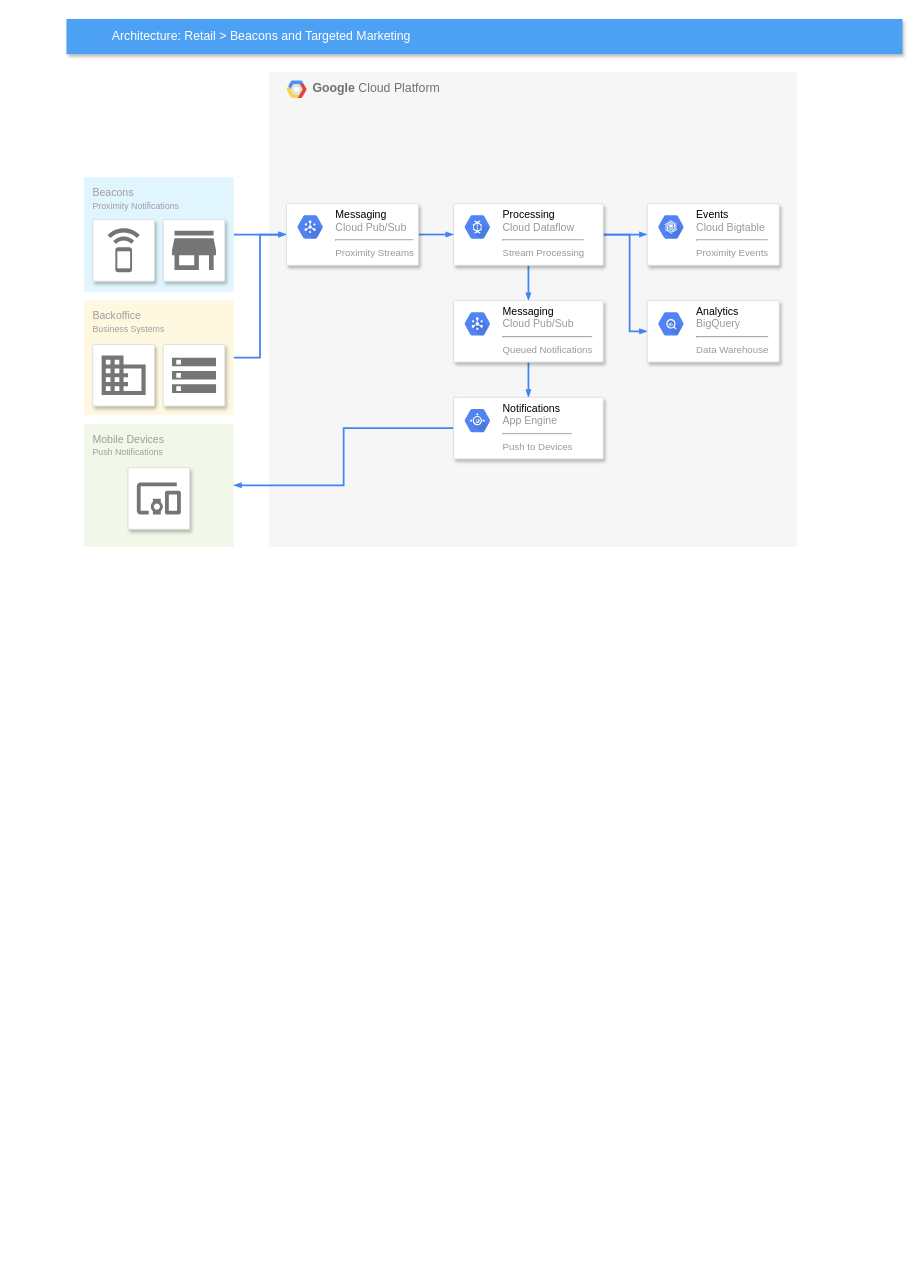
This is security_1.drawio from snowolfhawk/ceph-scripts, a draw.io file, before an edit. Source tidied: cells renumbered, new cells numbered last; positions are measured from the earlier drawing's top-left corner, leaving out a move shared by most shapes. Both pictures are drawn from the tidied source at 88%, with x=0, y=0 at pixel (66, 18). Pictures stored in the file or linked from it are replaced by grey dashed boxes.
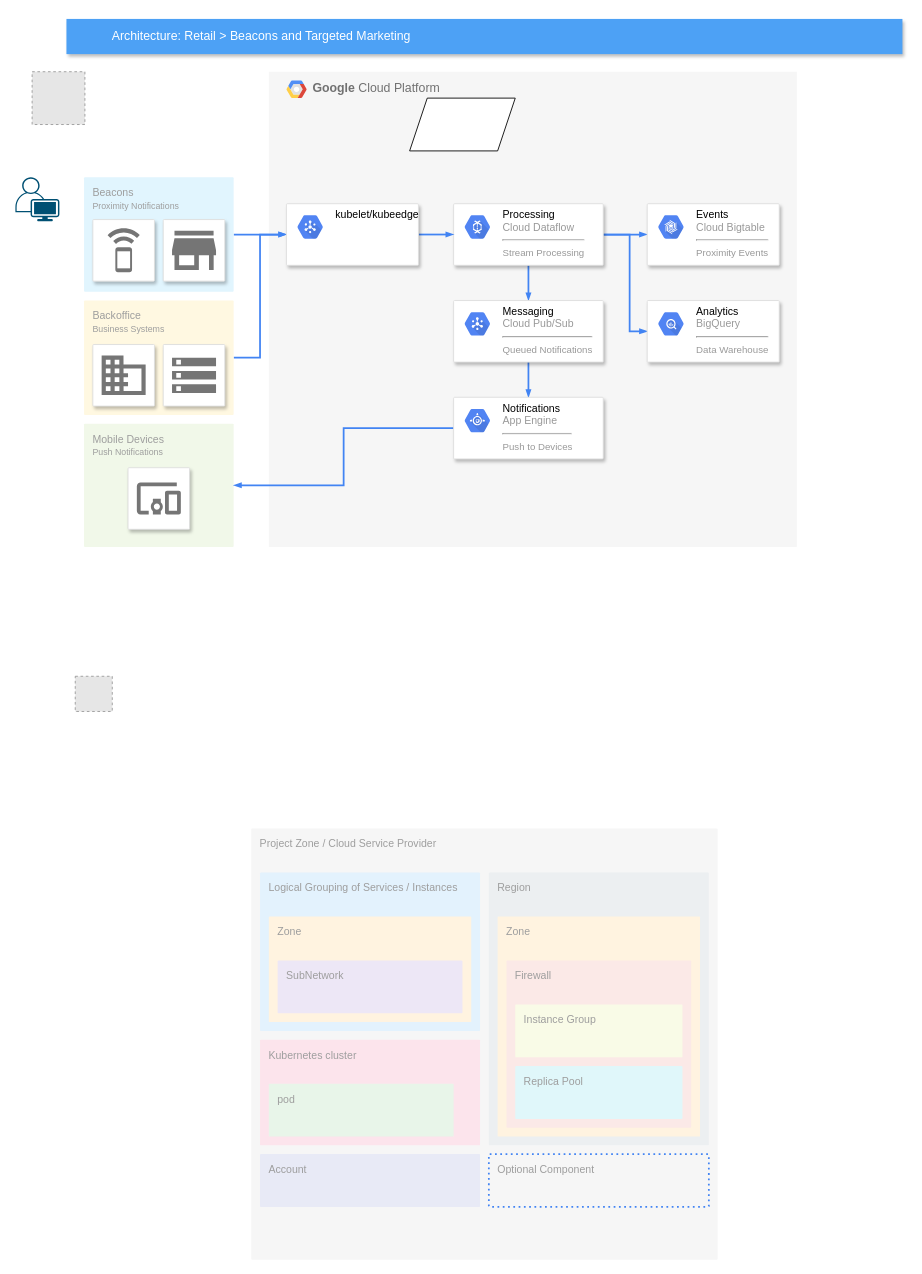
After the change.

The change refers to these unchanged cells:
```xml
<mxCell id="2" value="&lt;b&gt;Google &lt;/b&gt;Cloud Platform" style="fillColor=#F6F6F6;strokeColor=none;shadow=0;gradientColor=none;fontSize=14;align=left;spacing=10;fontColor=#717171;9E9E9E;verticalAlign=top;spacingTop=-4;fontStyle=0;spacingLeft=40;html=1;" parent="1" vertex="1">
  <mxGeometry x="230" y="60" width="600" height="540" as="geometry" />
</mxCell>
<mxCell id="26" style="strokeColor=#dddddd;fillColor=#ffffff;shadow=1;strokeWidth=1;rounded=1;absoluteArcSize=1;arcSize=2;fontSize=10;fontColor=#9E9E9E;align=center;html=1;" parent="1" vertex="1">
  <mxGeometry x="250" y="210" width="150" height="70" as="geometry" />
</mxCell>
```

Change to the diagram source:
```diff
@@
+    <mxCell id="38" style="shape=parallelogram;perimeter=parallelogramPerimeter;whiteSpace=wrap;html=1;fixedSize=1;" parent="2" vertex="1">
+      <mxGeometry x="160" y="30" width="120" height="60" as="geometry" />
+    </mxCell>
@@
-    <mxCell id="27" value="&lt;font color=&quot;#000000&quot;&gt;Messaging&lt;/font&gt;&lt;br&gt;Cloud Pub/Sub&lt;hr&gt;&lt;font style=&quot;font-size: 11px&quot;&gt;Proximity Streams&lt;/font&gt;" style="dashed=0;html=1;fillColor=#5184F3;strokeColor=none;shape=mxgraph.gcp2.hexIcon;prIcon=cloud_pubsub;labelPosition=right;verticalLabelPosition=middle;align=left;verticalAlign=top;spacingLeft=5;fontColor=#999999;fontSize=12;spacingTop=-8;" parent="26" vertex="1">
+    <mxCell id="27" value="&lt;font color=&quot;#000000&quot;&gt;kubelet/kubeedge&lt;/font&gt;" style="dashed=0;html=1;fillColor=#5184F3;strokeColor=none;shape=mxgraph.gcp2.hexIcon;prIcon=cloud_pubsub;labelPosition=right;verticalLabelPosition=middle;align=left;verticalAlign=top;spacingLeft=5;fontColor=#999999;fontSize=12;spacingTop=-8;" parent="26" vertex="1">
       <mxGeometry width="44" height="39" relative="1" as="geometry">
         <mxPoint x="5" y="7" as="offset" />
       </mxGeometry>
     </mxCell>
@@
+    <mxCell id="39" value="Project Zone / Cloud Service Provider" style="sketch=0;rounded=1;absoluteArcSize=1;arcSize=2;html=1;strokeColor=none;gradientColor=none;shadow=0;dashed=0;fontSize=12;fontColor=#9E9E9E;align=left;verticalAlign=top;spacing=10;spacingTop=-4;fillColor=#F6F6F6;" parent="1" vertex="1">
+      <mxGeometry x="210" y="920" width="530" height="490" as="geometry" />
+    </mxCell>
+    <mxCell id="40" value="Logical Grouping of Services / Instances" style="sketch=0;rounded=1;absoluteArcSize=1;arcSize=2;html=1;strokeColor=none;gradientColor=none;shadow=0;dashed=0;fontSize=12;fontColor=#9E9E9E;align=left;verticalAlign=top;spacing=10;spacingTop=-4;fillColor=#E3F2FD;" parent="39" vertex="1">
+      <mxGeometry width="250" height="180" relative="1" as="geometry">
+        <mxPoint x="10" y="50" as="offset" />
+      </mxGeometry>
+    </mxCell>
+    <mxCell id="41" value="Zone" style="sketch=0;rounded=1;absoluteArcSize=1;arcSize=2;html=1;strokeColor=none;gradientColor=none;shadow=0;dashed=0;fontSize=12;fontColor=#9E9E9E;align=left;verticalAlign=top;spacing=10;spacingTop=-4;fillColor=#FFF3E0;" parent="40" vertex="1">
+      <mxGeometry width="230" height="120" relative="1" as="geometry">
+        <mxPoint x="10" y="50" as="offset" />
+      </mxGeometry>
+    </mxCell>
+    <mxCell id="42" value="SubNetwork" style="sketch=0;rounded=1;absoluteArcSize=1;arcSize=2;html=1;strokeColor=none;gradientColor=none;shadow=0;dashed=0;fontSize=12;fontColor=#9E9E9E;align=left;verticalAlign=top;spacing=10;spacingTop=-4;fillColor=#EDE7F6;" parent="41" vertex="1">
+      <mxGeometry width="210" height="60" relative="1" as="geometry">
+        <mxPoint x="10" y="50" as="offset" />
+      </mxGeometry>
+    </mxCell>
+    <mxCell id="43" value="Kubernetes cluster" style="sketch=0;rounded=1;absoluteArcSize=1;arcSize=2;html=1;strokeColor=none;gradientColor=none;shadow=0;dashed=0;fontSize=12;fontColor=#9E9E9E;align=left;verticalAlign=top;spacing=10;spacingTop=-4;fillColor=#FCE4EC;" parent="39" vertex="1">
+      <mxGeometry width="250" height="120" relative="1" as="geometry">
+        <mxPoint x="10" y="240" as="offset" />
+      </mxGeometry>
+    </mxCell>
+    <mxCell id="44" value="pod" style="sketch=0;rounded=1;absoluteArcSize=1;arcSize=2;html=1;strokeColor=none;gradientColor=none;shadow=0;dashed=0;fontSize=12;fontColor=#9E9E9E;align=left;verticalAlign=top;spacing=10;spacingTop=-4;fillColor=#E8F5E9;" parent="43" vertex="1">
+      <mxGeometry width="210" height="60" relative="1" as="geometry">
+        <mxPoint x="10" y="50" as="offset" />
+      </mxGeometry>
+    </mxCell>
+    <mxCell id="45" value="Account" style="sketch=0;rounded=1;absoluteArcSize=1;arcSize=2;html=1;strokeColor=none;gradientColor=none;shadow=0;dashed=0;fontSize=12;fontColor=#9E9E9E;align=left;verticalAlign=top;spacing=10;spacingTop=-4;fillColor=#E8EAF6;" parent="39" vertex="1">
+      <mxGeometry width="250" height="60" relative="1" as="geometry">
+        <mxPoint x="10" y="370" as="offset" />
+      </mxGeometry>
+    </mxCell>
+    <mxCell id="46" value="Region" style="sketch=0;rounded=1;absoluteArcSize=1;arcSize=2;html=1;strokeColor=none;gradientColor=none;shadow=0;dashed=0;fontSize=12;fontColor=#9E9E9E;align=left;verticalAlign=top;spacing=10;spacingTop=-4;fillColor=#ECEFF1;" parent="39" vertex="1">
+      <mxGeometry width="250" height="310" relative="1" as="geometry">
+        <mxPoint x="270" y="50" as="offset" />
+      </mxGeometry>
+    </mxCell>
+    <mxCell id="47" value="Zone" style="sketch=0;rounded=1;absoluteArcSize=1;arcSize=2;html=1;strokeColor=none;gradientColor=none;shadow=0;dashed=0;fontSize=12;fontColor=#9E9E9E;align=left;verticalAlign=top;spacing=10;spacingTop=-4;fillColor=#FFF3E0;" parent="46" vertex="1">
+      <mxGeometry width="230" height="250" relative="1" as="geometry">
+        <mxPoint x="10" y="50" as="offset" />
+      </mxGeometry>
+    </mxCell>
+    <mxCell id="48" value="Firewall" style="sketch=0;rounded=1;absoluteArcSize=1;arcSize=2;html=1;strokeColor=none;gradientColor=none;shadow=0;dashed=0;fontSize=12;fontColor=#9E9E9E;align=left;verticalAlign=top;spacing=10;spacingTop=-4;fillColor=#FBE9E7;" parent="47" vertex="1">
+      <mxGeometry width="210" height="190" relative="1" as="geometry">
+        <mxPoint x="10" y="50" as="offset" />
+      </mxGeometry>
+    </mxCell>
+    <mxCell id="49" value="Instance Group" style="sketch=0;rounded=1;absoluteArcSize=1;arcSize=2;html=1;strokeColor=none;gradientColor=none;shadow=0;dashed=0;fontSize=12;fontColor=#9E9E9E;align=left;verticalAlign=top;spacing=10;spacingTop=-4;fillColor=#F9FBE7;" parent="48" vertex="1">
+      <mxGeometry width="190" height="60" relative="1" as="geometry">
+        <mxPoint x="10" y="50" as="offset" />
+      </mxGeometry>
+    </mxCell>
+    <mxCell id="50" value="Replica Pool" style="sketch=0;rounded=1;absoluteArcSize=1;arcSize=2;html=1;strokeColor=none;gradientColor=none;shadow=0;dashed=0;fontSize=12;fontColor=#9E9E9E;align=left;verticalAlign=top;spacing=10;spacingTop=-4;fillColor=#E0F7FA;" parent="48" vertex="1">
+      <mxGeometry width="190" height="60" relative="1" as="geometry">
+        <mxPoint x="10" y="120" as="offset" />
+      </mxGeometry>
+    </mxCell>
+    <mxCell id="51" value="Optional Component" style="rounded=1;absoluteArcSize=1;arcSize=2;html=1;strokeColor=none;gradientColor=none;shadow=0;dashed=1;strokeColor=#4284F3;fontSize=12;fontColor=#9E9E9E;align=left;verticalAlign=top;spacing=10;spacingTop=-4;fillColor=none;dashPattern=1 2;strokeWidth=2;" parent="39" vertex="1">
+      <mxGeometry width="250" height="60" relative="1" as="geometry">
+        <mxPoint x="270" y="370" as="offset" />
+      </mxGeometry>
+    </mxCell>
+    <mxCell id="52" style="fillColor=#E6E6E6;strokeColor=#999999;dashed=1;verticalLabelPosition=bottom;labelBackgroundColor=#ffffff;verticalAlign=top;fontColor=default;" parent="1" vertex="1">
+      <mxGeometry x="10" y="747" width="42.1" height="40" as="geometry" />
+    </mxCell>
+    <mxCell id="53" style="fillColor=#E6E6E6;strokeColor=#999999;dashed=1;verticalLabelPosition=bottom;labelBackgroundColor=#ffffff;verticalAlign=top;" parent="1" vertex="1">
+      <mxGeometry x="-39" y="60" width="60" height="60" as="geometry" />
+    </mxCell>
+    <mxCell id="54" style="verticalLabelPosition=bottom;sketch=0;html=1;verticalAlign=top;align=center;shape=mxgraph.cisco19.user;fillColor=#005073;strokeColor=none;" parent="1" vertex="1">
+      <mxGeometry x="-58" y="180" width="50" height="50" as="geometry" />
+    </mxCell>
```
